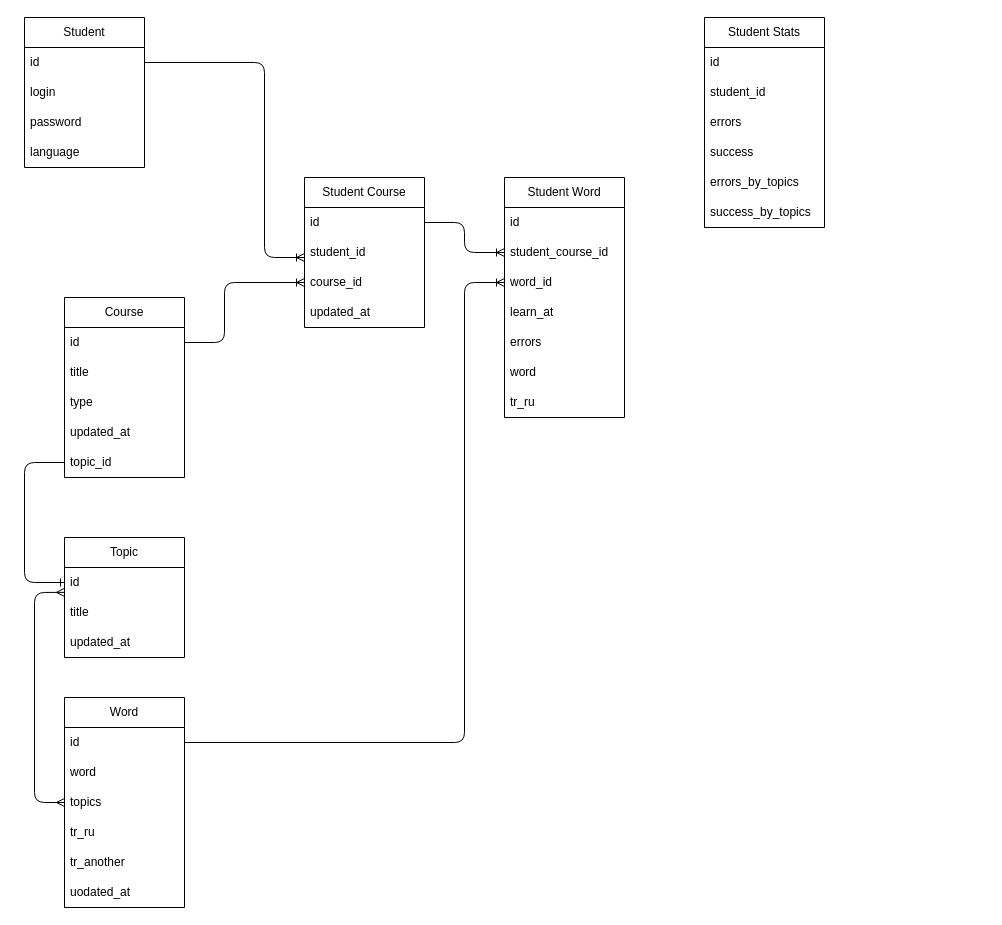
Above: page "Data" (2 of 2) of docs/scheme.drawio in Igorok/pocket_dictionary (draw.io), before the change. Source tidied: cells renumbered, new cells numbered last; positions are measured from the earlier drawing's top-left corner, leaving out a move shared by most shapes. Both pictures are drawn from the tidied source at 100%, with x=0, y=0 at pixel (24, 17).
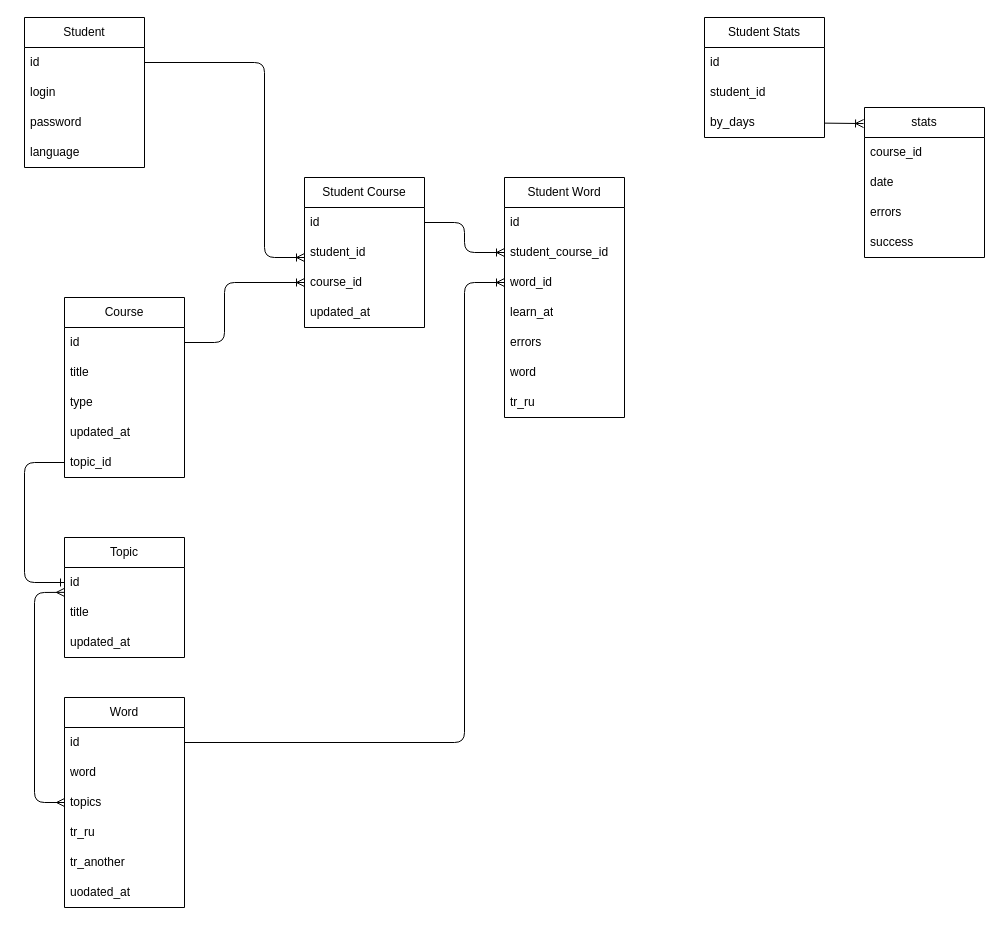
After the change.

What changed in the source:
```diff
@@
     <mxCell id="43" value="Student Stats" style="swimlane;fontStyle=0;horizontal=1;startSize=30;whiteSpace=wrap;html=1;" parent="1" vertex="1">
-      <mxGeometry x="680" width="120" height="210" as="geometry" />
+      <mxGeometry x="680" width="120" height="120" as="geometry" />
     </mxCell>
@@
+    <mxCell id="50" value="by_days" style="text;strokeColor=none;fillColor=none;align=left;verticalAlign=middle;spacingLeft=4;spacingRight=4;overflow=hidden;points=[[0,0.5],[1,0.5]];portConstraint=eastwest;whiteSpace=wrap;html=1;" parent="43" vertex="1">
+      <mxGeometry y="90" width="120" height="30" as="geometry" />
+    </mxCell>
+    <mxCell id="51" value="stats" style="swimlane;fontStyle=0;horizontal=1;startSize=30;whiteSpace=wrap;html=1;" parent="1" vertex="1">
+      <mxGeometry x="840" y="90" width="120" height="150" as="geometry" />
+    </mxCell>
+    <mxCell id="52" value="course_id" style="text;strokeColor=none;fillColor=none;align=left;verticalAlign=middle;spacingLeft=4;spacingRight=4;overflow=hidden;whiteSpace=wrap;html=1;" parent="51" vertex="1">
+      <mxGeometry y="30" width="120" height="30" as="geometry" />
+    </mxCell>
+    <mxCell id="53" value="date" style="text;strokeColor=none;fillColor=none;align=left;verticalAlign=middle;spacingLeft=4;spacingRight=4;overflow=hidden;whiteSpace=wrap;html=1;" parent="51" vertex="1">
+      <mxGeometry y="60" width="120" height="30" as="geometry" />
+    </mxCell>
-    <mxCell id="46" value="errors" style="text;strokeColor=none;fillColor=none;align=left;verticalAlign=middle;spacingLeft=4;spacingRight=4;overflow=hidden;whiteSpace=wrap;html=1;" parent="43" vertex="1">
+    <mxCell id="46" value="errors" style="text;strokeColor=none;fillColor=none;align=left;verticalAlign=middle;spacingLeft=4;spacingRight=4;overflow=hidden;whiteSpace=wrap;html=1;" parent="51" vertex="1">
       <mxGeometry y="90" width="120" height="30" as="geometry" />
     </mxCell>
-    <mxCell id="47" value="success" style="text;strokeColor=none;fillColor=none;align=left;verticalAlign=middle;spacingLeft=4;spacingRight=4;overflow=hidden;whiteSpace=wrap;html=1;" parent="43" vertex="1">
+    <mxCell id="47" value="success" style="text;strokeColor=none;fillColor=none;align=left;verticalAlign=middle;spacingLeft=4;spacingRight=4;overflow=hidden;whiteSpace=wrap;html=1;" parent="51" vertex="1">
       <mxGeometry y="120" width="120" height="30" as="geometry" />
     </mxCell>
-    <mxCell id="48" value="errors_by_topics" style="text;strokeColor=none;fillColor=none;align=left;verticalAlign=middle;spacingLeft=4;spacingRight=4;overflow=hidden;whiteSpace=wrap;html=1;" parent="43" vertex="1">
-      <mxGeometry y="150" width="120" height="30" as="geometry" />
-    </mxCell>
-    <mxCell id="49" value="success_by_topics" style="text;strokeColor=none;fillColor=none;align=left;verticalAlign=middle;spacingLeft=4;spacingRight=4;overflow=hidden;whiteSpace=wrap;html=1;" parent="43" vertex="1">
-      <mxGeometry y="180" width="120" height="30" as="geometry" />
-    </mxCell>
+    <mxCell id="54" style="edgeStyle=none;html=1;entryX=-0.008;entryY=0.107;entryDx=0;entryDy=0;entryPerimeter=0;endArrow=ERoneToMany;endFill=0;" parent="1" edge="1" source="50" target="51">
+      <mxGeometry relative="1" as="geometry" />
+    </mxCell>
```
